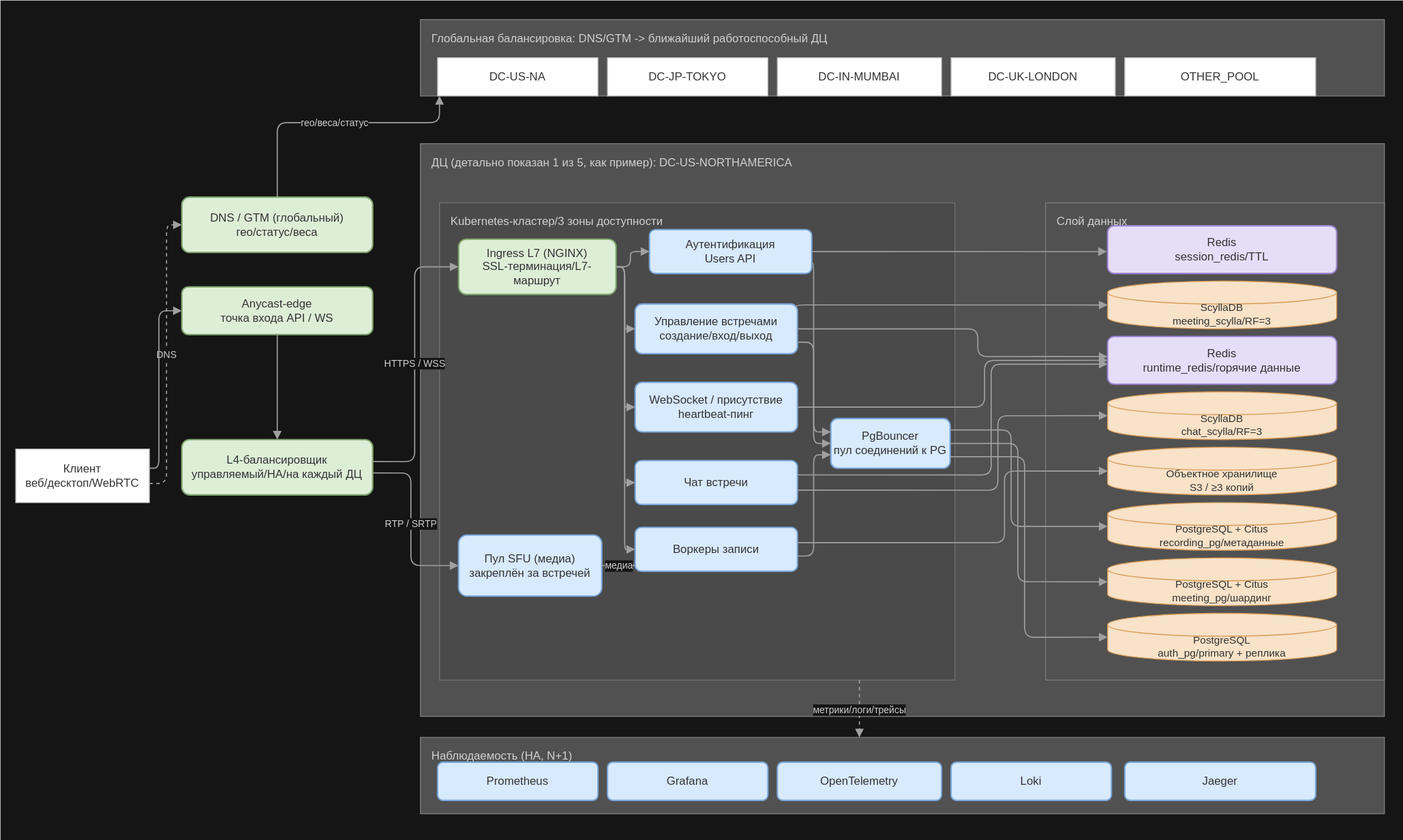
The draw.io diagram resource/icons/images/full-scheme.svg in Danykrane/system_design, before a commit. Source tidied: cells renumbered, new cells last; positions are measured from the earlier drawing's top-left corner, leaving out a move shared by most shapes.
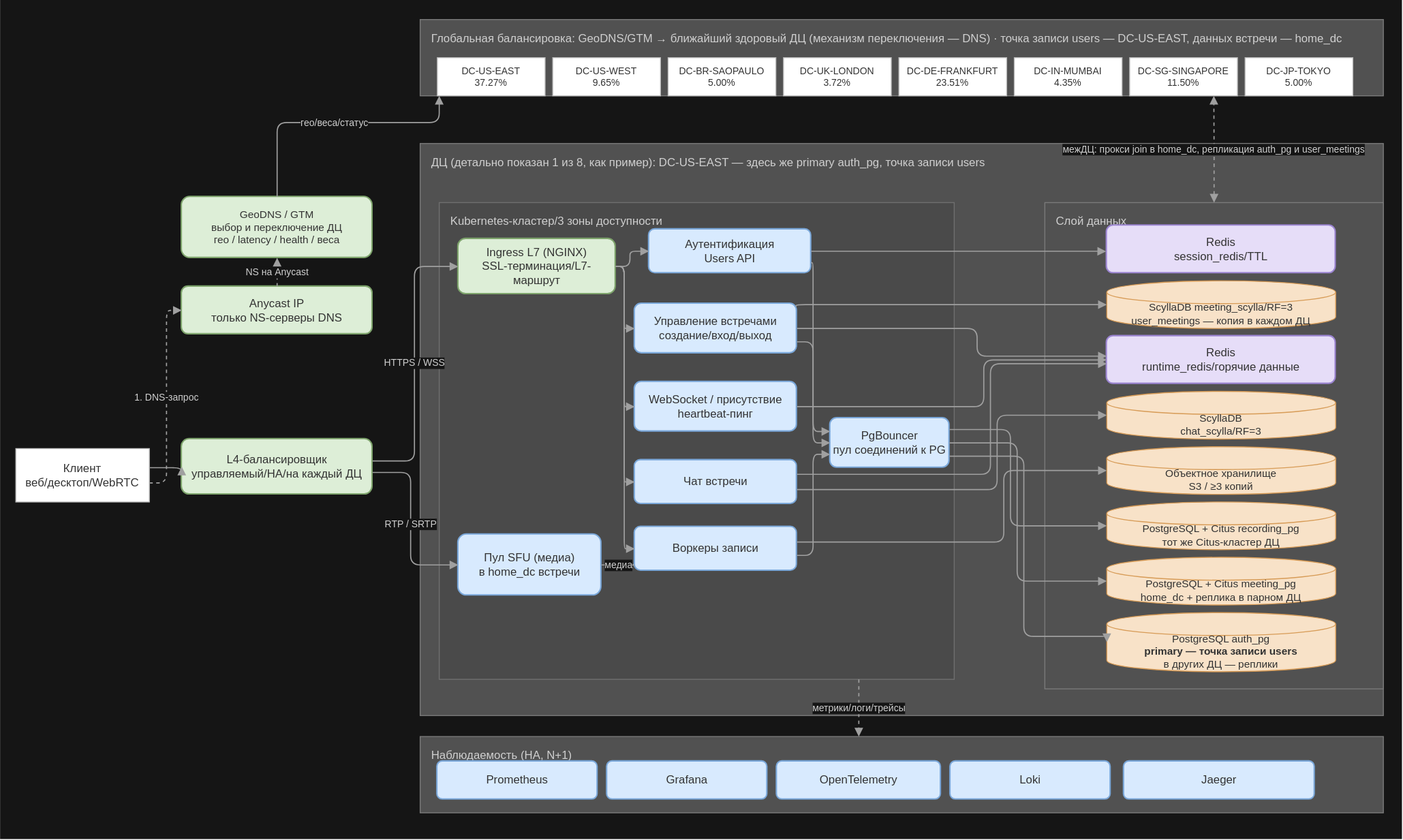
The same file after the commit.

Commit message:
Исправления по ревью: K=1.5, 8 ДЦ вместо OTHER, точки записи, DNS vs Anycast

Change to the diagram source:
```diff
@@ -5,16 +5,16 @@
     <mxCell id="2" style="rounded=0;whiteSpace=wrap;html=1;fillColor=#151515;strokeColor=none;" parent="1" vertex="1">
       <mxGeometry width="1470" height="880" as="geometry" />
     </mxCell>
-    <mxCell id="3" value="ДЦ (детально показан 1 из 5, как пример): DC-US-NORTHAMERICA" style="rounded=0;whiteSpace=wrap;html=1;fillColor=#515151;strokeColor=#7A7A7A;strokeWidth=1;fontColor=#D0D0D0;fontSize=12;verticalAlign=top;spacingTop=6;align=left;spacingLeft=10;" parent="1" vertex="1">
+    <mxCell id="3" value="ДЦ (детально показан 1 из 8, как пример): DC-US-EAST — здесь же primary auth_pg, точка записи users" style="rounded=0;whiteSpace=wrap;html=1;fillColor=#515151;strokeColor=#7A7A7A;strokeWidth=1;fontColor=#D0D0D0;fontSize=12;verticalAlign=top;spacingTop=6;align=left;spacingLeft=10;" parent="1" vertex="1">
       <mxGeometry x="440" y="150" width="1010" height="600" as="geometry" />
     </mxCell>
     <mxCell id="4" value="Kubernetes-кластер/3 зоны доступности" style="rounded=0;whiteSpace=wrap;html=1;fillColor=#4A4A4A;strokeColor=#6F6F6F;strokeWidth=1;fontColor=#D0D0D0;fontSize=12;verticalAlign=top;spacingTop=6;align=left;spacingLeft=10;" parent="1" vertex="1">
       <mxGeometry x="460" y="212" width="540" height="500" as="geometry" />
     </mxCell>
     <mxCell id="5" value="Слой данных" style="rounded=0;whiteSpace=wrap;html=1;fillColor=#515151;strokeColor=#7A7A7A;strokeWidth=1;fontColor=#D0D0D0;fontSize=12;verticalAlign=top;spacingTop=6;align=left;spacingLeft=10;" parent="1" vertex="1">
-      <mxGeometry x="1095" y="212" width="355" height="500" as="geometry" />
+      <mxGeometry x="1095" y="212" width="355" height="510" as="geometry" />
     </mxCell>
-    <mxCell id="6" value="Глобальная балансировка: DNS/GTM -&amp;gt; ближайший работоспособный ДЦ&lt;div&gt;&lt;br&gt;&lt;/div&gt;&lt;div&gt;&lt;br&gt;&lt;/div&gt;" style="rounded=0;whiteSpace=wrap;html=1;fillColor=#515151;strokeColor=#7A7A7A;strokeWidth=1;fontColor=#D0D0D0;fontSize=12;verticalAlign=top;spacingTop=6;align=left;spacingLeft=10;" parent="1" vertex="1">
+    <mxCell id="6" value="Глобальная балансировка: GeoDNS/GTM → ближайший здоровый ДЦ (механизм переключения — DNS) · точка записи users — DC-US-EAST, данных встречи — home_dc&lt;div&gt;&lt;br&gt;&lt;/div&gt;&lt;div&gt;&lt;br&gt;&lt;/div&gt;" style="rounded=0;whiteSpace=wrap;html=1;fillColor=#515151;strokeColor=#7A7A7A;strokeWidth=1;fontColor=#D0D0D0;fontSize=12;verticalAlign=top;spacingTop=6;align=left;spacingLeft=10;" parent="1" vertex="1">
       <mxGeometry x="440" y="20" width="1010" height="80" as="geometry" />
     </mxCell>
     <mxCell id="7" value="Наблюдаемость (HA, N+1)" style="rounded=0;whiteSpace=wrap;html=1;fillColor=#515151;strokeColor=#7A7A7A;strokeWidth=1;fontColor=#D0D0D0;fontSize=12;verticalAlign=top;spacingTop=6;align=left;spacingLeft=10;" parent="1" vertex="1">
@@ -23,34 +23,34 @@
     <mxCell id="8" value="Клиент&lt;br&gt;веб/десктоп/WebRTC" style="rounded=0;whiteSpace=wrap;html=1;fillColor=#FFFFFF;strokeColor=#BDBDBD;strokeWidth=1;fontColor=#333333;fontSize=12;" parent="1" vertex="1">
       <mxGeometry x="16" y="470" width="140" height="56" as="geometry" />
     </mxCell>
-    <mxCell id="9" value="DNS / GTM (глобальный)&lt;br&gt;гео/статус/веса" style="rounded=1;whiteSpace=wrap;html=1;arcSize=14;fillColor=#DDEED7;strokeColor=#7DA36B;strokeWidth=1.5;fontColor=#333333;fontSize=12;" parent="1" vertex="1">
-      <mxGeometry x="190" y="206" width="200" height="58" as="geometry" />
+    <mxCell id="9" value="GeoDNS / GTM&lt;br&gt;выбор и переключение ДЦ&lt;br&gt;гео / latency / health / веса" style="rounded=1;whiteSpace=wrap;html=1;arcSize=14;fillColor=#DDEED7;strokeColor=#7DA36B;strokeWidth=1.5;fontColor=#333333;fontSize=11;" parent="1" vertex="1">
+      <mxGeometry x="190" y="206" width="200" height="64" as="geometry" />
     </mxCell>
-    <mxCell id="10" value="Anycast-edge&lt;br&gt;точка входа API / WS" style="rounded=1;whiteSpace=wrap;html=1;arcSize=14;fillColor=#DDEED7;strokeColor=#7DA36B;strokeWidth=1.5;fontColor=#333333;fontSize=12;" parent="1" vertex="1">
+    <mxCell id="10" value="Anycast IP&lt;br&gt;только NS-серверы DNS" style="rounded=1;whiteSpace=wrap;html=1;arcSize=14;fillColor=#DDEED7;strokeColor=#7DA36B;strokeWidth=1.5;fontColor=#333333;fontSize=12;" parent="1" vertex="1">
       <mxGeometry x="190" y="300" width="200" height="50" as="geometry" />
     </mxCell>
     <mxCell id="11" value="L4-балансировщик&lt;br&gt;управляемый/HA/на каждый ДЦ" style="rounded=1;whiteSpace=wrap;html=1;arcSize=14;fillColor=#DDEED7;strokeColor=#7DA36B;strokeWidth=1.5;fontColor=#333333;fontSize=12;" parent="1" vertex="1">
       <mxGeometry x="190" y="460" width="200" height="58" as="geometry" />
     </mxCell>
-    <mxCell id="12" value="DC-US-NA" style="rounded=0;whiteSpace=wrap;html=1;fillColor=#FFFFFF;strokeColor=#BDBDBD;strokeWidth=1;fontColor=#333333;fontSize=12;" parent="1" vertex="1">
-      <mxGeometry x="458" y="60" width="168" height="40" as="geometry" />
+    <mxCell id="12" value="DC-US-EAST&lt;br&gt;37.27%" style="rounded=0;whiteSpace=wrap;html=1;fillColor=#FFFFFF;strokeColor=#BDBDBD;strokeWidth=1;fontColor=#333333;fontSize=10;" parent="1" vertex="1">
+      <mxGeometry x="458" y="60" width="113" height="40" as="geometry" />
     </mxCell>
-    <mxCell id="13" value="DC-JP-TOKYO" style="rounded=0;whiteSpace=wrap;html=1;fillColor=#FFFFFF;strokeColor=#BDBDBD;strokeWidth=1;fontColor=#333333;fontSize=12;" parent="1" vertex="1">
-      <mxGeometry x="636" y="60" width="168" height="40" as="geometry" />
+    <mxCell id="13" value="DC-US-WEST&lt;br&gt;9.65%" style="rounded=0;whiteSpace=wrap;html=1;fillColor=#FFFFFF;strokeColor=#BDBDBD;strokeWidth=1;fontColor=#333333;fontSize=10;" parent="1" vertex="1">
+      <mxGeometry x="579" y="60" width="113" height="40" as="geometry" />
     </mxCell>
-    <mxCell id="14" value="DC-IN-MUMBAI" style="rounded=0;whiteSpace=wrap;html=1;fillColor=#FFFFFF;strokeColor=#BDBDBD;strokeWidth=1;fontColor=#333333;fontSize=12;" parent="1" vertex="1">
-      <mxGeometry x="814" y="60" width="172" height="40" as="geometry" />
+    <mxCell id="14" value="DC-BR-SAOPAULO&lt;br&gt;5.00%" style="rounded=0;whiteSpace=wrap;html=1;fillColor=#FFFFFF;strokeColor=#BDBDBD;strokeWidth=1;fontColor=#333333;fontSize=10;" parent="1" vertex="1">
+      <mxGeometry x="700" y="60" width="113" height="40" as="geometry" />
     </mxCell>
-    <mxCell id="15" value="DC-UK-LONDON" style="rounded=0;whiteSpace=wrap;html=1;fillColor=#FFFFFF;strokeColor=#BDBDBD;strokeWidth=1;fontColor=#333333;fontSize=12;" parent="1" vertex="1">
-      <mxGeometry x="996" y="60" width="172" height="40" as="geometry" />
+    <mxCell id="15" value="DC-UK-LONDON&lt;br&gt;3.72%" style="rounded=0;whiteSpace=wrap;html=1;fillColor=#FFFFFF;strokeColor=#BDBDBD;strokeWidth=1;fontColor=#333333;fontSize=10;" parent="1" vertex="1">
+      <mxGeometry x="821" y="60" width="113" height="40" as="geometry" />
     </mxCell>
-    <mxCell id="16" value="OTHER_POOL" style="rounded=0;whiteSpace=wrap;html=1;fillColor=#FFFFFF;strokeColor=#BDBDBD;strokeWidth=1;fontColor=#333333;fontSize=12;" parent="1" vertex="1">
-      <mxGeometry x="1178" y="60" width="200" height="40" as="geometry" />
+    <mxCell id="16" value="DC-DE-FRANKFURT&lt;br&gt;23.51%" style="rounded=0;whiteSpace=wrap;html=1;fillColor=#FFFFFF;strokeColor=#BDBDBD;strokeWidth=1;fontColor=#333333;fontSize=10;" parent="1" vertex="1">
+      <mxGeometry x="942" y="60" width="113" height="40" as="geometry" />
     </mxCell>
     <mxCell id="17" value="Ingress L7 (NGINX)&lt;br&gt;SSL-терминация/L7-маршрут" style="rounded=1;whiteSpace=wrap;html=1;arcSize=14;fillColor=#DDEED7;strokeColor=#7DA36B;strokeWidth=1.5;fontColor=#333333;fontSize=12;" parent="1" vertex="1">
       <mxGeometry x="480" y="250" width="165" height="58" as="geometry" />
     </mxCell>
-    <mxCell id="18" value="Пул SFU (медиа)&lt;br&gt;закреплён за встречей" style="rounded=1;whiteSpace=wrap;html=1;arcSize=14;fillColor=#D8EAFE;strokeColor=#7AA7D9;strokeWidth=1.5;fontColor=#333333;fontSize=12;" parent="1" vertex="1">
+    <mxCell id="18" value="Пул SFU (медиа)&lt;br&gt;в home_dc встречи" style="rounded=1;whiteSpace=wrap;html=1;arcSize=14;fillColor=#D8EAFE;strokeColor=#7AA7D9;strokeWidth=1.5;fontColor=#333333;fontSize=12;" parent="1" vertex="1">
       <mxGeometry x="480" y="560" width="150" height="64" as="geometry" />
     </mxCell>
     <mxCell id="19" value="Аутентификация&lt;br&gt;Users API" style="rounded=1;whiteSpace=wrap;html=1;arcSize=14;fillColor=#D8EAFE;strokeColor=#7AA7D9;strokeWidth=1.5;fontColor=#333333;fontSize=12;" parent="1" vertex="1">
@@ -74,7 +74,7 @@
     <mxCell id="25" value="Redis&lt;br&gt;session_redis/TTL" style="rounded=1;whiteSpace=wrap;html=1;arcSize=14;fillColor=#E6DDF8;strokeColor=#9B84D1;strokeWidth=1.5;fontColor=#333333;fontSize=12;" parent="1" vertex="1">
       <mxGeometry x="1160" y="236" width="240" height="50" as="geometry" />
     </mxCell>
-    <mxCell id="26" value="ScyllaDB&lt;br&gt;meeting_scylla/RF=3" style="shape=cylinder3;whiteSpace=wrap;html=1;boundedLbl=1;backgroundOutline=1;size=12;fillColor=#F8E2C8;strokeColor=#D79B56;fontColor=#333333;fontSize=11;" parent="1" vertex="1">
+    <mxCell id="26" value="ScyllaDB meeting_scylla/RF=3&lt;br&gt;user_meetings — копия в каждом ДЦ" style="shape=cylinder3;whiteSpace=wrap;html=1;boundedLbl=1;backgroundOutline=1;size=12;fillColor=#F8E2C8;strokeColor=#D79B56;fontColor=#333333;fontSize=11;" parent="1" vertex="1">
       <mxGeometry x="1160" y="294" width="240" height="50" as="geometry" />
     </mxCell>
     <mxCell id="27" value="Redis&lt;br&gt;runtime_redis/горячие данные" style="rounded=1;whiteSpace=wrap;html=1;arcSize=14;fillColor=#E6DDF8;strokeColor=#9B84D1;strokeWidth=1.5;fontColor=#333333;fontSize=12;" parent="1" vertex="1">
@@ -86,14 +86,14 @@
     <mxCell id="29" value="Объектное хранилище&lt;br&gt;S3 / ≥3 копий" style="shape=cylinder3;whiteSpace=wrap;html=1;boundedLbl=1;backgroundOutline=1;size=12;fillColor=#F8E2C8;strokeColor=#D79B56;fontColor=#333333;fontSize=11;" parent="1" vertex="1">
       <mxGeometry x="1160" y="468" width="240" height="50" as="geometry" />
     </mxCell>
-    <mxCell id="30" value="PostgreSQL + Citus&lt;br&gt;recording_pg/метаданные" style="shape=cylinder3;whiteSpace=wrap;html=1;boundedLbl=1;backgroundOutline=1;size=12;fillColor=#F8E2C8;strokeColor=#D79B56;fontColor=#333333;fontSize=11;" parent="1" vertex="1">
+    <mxCell id="30" value="PostgreSQL + Citus recording_pg&lt;br&gt;тот же Citus-кластер ДЦ" style="shape=cylinder3;whiteSpace=wrap;html=1;boundedLbl=1;backgroundOutline=1;size=12;fillColor=#F8E2C8;strokeColor=#D79B56;fontColor=#333333;fontSize=11;" parent="1" vertex="1">
       <mxGeometry x="1160" y="526" width="240" height="50" as="geometry" />
     </mxCell>
-    <mxCell id="31" value="PostgreSQL + Citus&lt;br&gt;meeting_pg/шардинг" style="shape=cylinder3;whiteSpace=wrap;html=1;boundedLbl=1;backgroundOutline=1;size=12;fillColor=#F8E2C8;strokeColor=#D79B56;fontColor=#333333;fontSize=11;" parent="1" vertex="1">
+    <mxCell id="31" value="PostgreSQL + Citus meeting_pg&lt;br&gt;home_dc + реплика в парном ДЦ" style="shape=cylinder3;whiteSpace=wrap;html=1;boundedLbl=1;backgroundOutline=1;size=12;fillColor=#F8E2C8;strokeColor=#D79B56;fontColor=#333333;fontSize=11;" parent="1" vertex="1">
       <mxGeometry x="1160" y="584" width="240" height="50" as="geometry" />
     </mxCell>
-    <mxCell id="32" value="PostgreSQL&lt;br&gt;auth_pg/primary + реплика" style="shape=cylinder3;whiteSpace=wrap;html=1;boundedLbl=1;backgroundOutline=1;size=12;fillColor=#F8E2C8;strokeColor=#D79B56;fontColor=#333333;fontSize=11;" parent="1" vertex="1">
-      <mxGeometry x="1160" y="642" width="240" height="50" as="geometry" />
+    <mxCell id="32" value="PostgreSQL auth_pg&lt;br&gt;&lt;b&gt;primary — точка записи users&lt;/b&gt;&lt;br&gt;в других ДЦ — реплики" style="shape=cylinder3;whiteSpace=wrap;html=1;boundedLbl=1;backgroundOutline=1;size=12;fillColor=#F8E2C8;strokeColor=#D79B56;fontColor=#333333;fontSize=11;" parent="1" vertex="1">
+      <mxGeometry x="1160" y="642" width="240" height="62" as="geometry" />
     </mxCell>
     <mxCell id="33" value="Prometheus" style="rounded=1;whiteSpace=wrap;html=1;arcSize=14;fillColor=#D8EAFE;strokeColor=#7AA7D9;strokeWidth=1.5;fontColor=#333333;fontSize=12;" parent="1" vertex="1">
       <mxGeometry x="458" y="798" width="168" height="40" as="geometry" />
@@ -110,23 +110,18 @@
     <mxCell id="37" value="Jaeger" style="rounded=1;whiteSpace=wrap;html=1;arcSize=14;fillColor=#D8EAFE;strokeColor=#7AA7D9;strokeWidth=1.5;fontColor=#333333;fontSize=12;" parent="1" vertex="1">
       <mxGeometry x="1178" y="798" width="200" height="40" as="geometry" />
     </mxCell>
-    <mxCell id="38" value="DNS" style="endArrow=block;endFill=1;html=1;rounded=1;edgeStyle=orthogonalEdgeStyle;jettySize=auto;strokeColor=#A0A0A0;strokeWidth=1.2;fontColor=#D0D0D0;fontSize=10;labelBackgroundColor=#151515;exitX=1;exitY=0.6429;exitDx=0;exitDy=0;entryX=0;entryY=0.5;entryDx=0;entryDy=0;dashed=1;" parent="1" edge="1" source="8" target="9">
+    <mxCell id="38" value="1. DNS-запрос" style="endArrow=block;endFill=1;html=1;rounded=1;edgeStyle=orthogonalEdgeStyle;jettySize=auto;strokeColor=#A0A0A0;strokeWidth=1.2;fontColor=#D0D0D0;fontSize=10;labelBackgroundColor=#151515;exitX=1;exitY=0.6429;exitDx=0;exitDy=0;entryX=0;entryY=0.5;entryDx=0;entryDy=0;dashed=1;" parent="1" edge="1" source="8" target="10">
       <mxGeometry relative="1" as="geometry">
         <Array as="points">
           <mxPoint x="174" y="506" />
-          <mxPoint x="174" y="235" />
+          <mxPoint x="174" y="325" />
         </Array>
       </mxGeometry>
     </mxCell>
-    <mxCell id="39" style="endArrow=block;endFill=1;html=1;rounded=1;edgeStyle=orthogonalEdgeStyle;jettySize=auto;strokeColor=#A0A0A0;strokeWidth=1.2;fontColor=#D0D0D0;fontSize=10;labelBackgroundColor=#151515;exitX=1;exitY=0.3571;exitDx=0;exitDy=0;entryX=0;entryY=0.5;entryDx=0;entryDy=0;" parent="1" edge="1" source="8" target="10">
-      <mxGeometry relative="1" as="geometry">
-        <Array as="points">
-          <mxPoint x="166" y="490" />
-          <mxPoint x="166" y="325" />
-        </Array>
-      </mxGeometry>
+    <mxCell id="39" style="endArrow=block;endFill=1;html=1;rounded=1;edgeStyle=orthogonalEdgeStyle;jettySize=auto;strokeColor=#A0A0A0;strokeWidth=1.2;fontColor=#D0D0D0;fontSize=10;labelBackgroundColor=#151515;exitX=1;exitY=0.3571;exitDx=0;exitDy=0;entryDx=0;entryDy=0;entryX=0;entryY=0.5;" parent="1" edge="1" source="8" target="11">
+      <mxGeometry relative="1" as="geometry" />
     </mxCell>
-    <mxCell id="40" style="endArrow=block;endFill=1;html=1;rounded=1;edgeStyle=orthogonalEdgeStyle;jettySize=auto;strokeColor=#A0A0A0;strokeWidth=1.2;fontColor=#D0D0D0;fontSize=10;labelBackgroundColor=#151515;exitX=0.5;exitY=1;exitDx=0;exitDy=0;entryX=0.5;entryY=0;entryDx=0;entryDy=0;" parent="1" edge="1" source="10" target="11">
+    <mxCell id="40" value="NS на Anycast" style="endArrow=block;endFill=1;html=1;rounded=1;edgeStyle=orthogonalEdgeStyle;jettySize=auto;strokeColor=#A0A0A0;strokeWidth=1.2;fontColor=#D0D0D0;fontSize=10;labelBackgroundColor=#151515;exitDx=0;exitDy=0;entryDx=0;entryDy=0;exitX=0.5;exitY=0;entryX=0.5;entryY=1;dashed=1;" parent="1" edge="1" source="10" target="9">
       <mxGeometry relative="1" as="geometry" />
     </mxCell>
     <mxCell id="41" value="HTTPS / WSS" style="endArrow=block;endFill=1;html=1;rounded=1;edgeStyle=orthogonalEdgeStyle;jettySize=auto;strokeColor=#A0A0A0;strokeWidth=1.2;fontColor=#D0D0D0;fontSize=10;labelBackgroundColor=#151515;exitX=1;exitY=0.3966;exitDx=0;exitDy=0;entryX=0;entryY=0.5;entryDx=0;entryDy=0;" parent="1" edge="1" source="11" target="17">
@@ -303,5 +298,17 @@
     <mxCell id="63" value="метрики/логи/трейсы" style="endArrow=block;endFill=1;html=1;rounded=1;edgeStyle=orthogonalEdgeStyle;jettySize=auto;strokeColor=#A0A0A0;strokeWidth=1.2;fontColor=#D0D0D0;fontSize=10;labelBackgroundColor=#151515;exitX=0.8148;exitY=1;exitDx=0;exitDy=0;entryX=0.4554;entryY=0;entryDx=0;entryDy=0;dashed=1;" parent="1" edge="1" source="4" target="7">
       <mxGeometry relative="1" as="geometry" />
     </mxCell>
+    <mxCell id="64" value="DC-IN-MUMBAI&lt;br&gt;4.35%" style="rounded=0;whiteSpace=wrap;html=1;fillColor=#FFFFFF;strokeColor=#BDBDBD;strokeWidth=1;fontColor=#333333;fontSize=10;" parent="1" vertex="1">
+      <mxGeometry x="1063" y="60" width="113" height="40" as="geometry" />
+    </mxCell>
+    <mxCell id="65" value="DC-SG-SINGAPORE&lt;br&gt;11.50%" style="rounded=0;whiteSpace=wrap;html=1;fillColor=#FFFFFF;strokeColor=#BDBDBD;strokeWidth=1;fontColor=#333333;fontSize=10;" parent="1" vertex="1">
+      <mxGeometry x="1184" y="60" width="113" height="40" as="geometry" />
+    </mxCell>
+    <mxCell id="66" value="DC-JP-TOKYO&lt;br&gt;5.00%" style="rounded=0;whiteSpace=wrap;html=1;fillColor=#FFFFFF;strokeColor=#BDBDBD;strokeWidth=1;fontColor=#333333;fontSize=10;" parent="1" vertex="1">
+      <mxGeometry x="1305" y="60" width="113" height="40" as="geometry" />
+    </mxCell>
+    <mxCell id="67" value="межДЦ: прокси join в home_dc, репликация auth_pg и user_meetings" style="endArrow=block;endFill=1;html=1;rounded=1;edgeStyle=orthogonalEdgeStyle;jettySize=auto;strokeColor=#A0A0A0;strokeWidth=1.2;fontColor=#D0D0D0;fontSize=10;labelBackgroundColor=#151515;exitDx=0;exitDy=0;entryDx=0;entryDy=0;dashed=1;exitX=0.5;exitY=0;entryX=0.824;entryY=1;startArrow=block;startFill=1;" parent="1" edge="1" source="5" target="6">
+      <mxGeometry relative="1" as="geometry" />
+    </mxCell>
   </root>
 </mxGraphModel>
```
